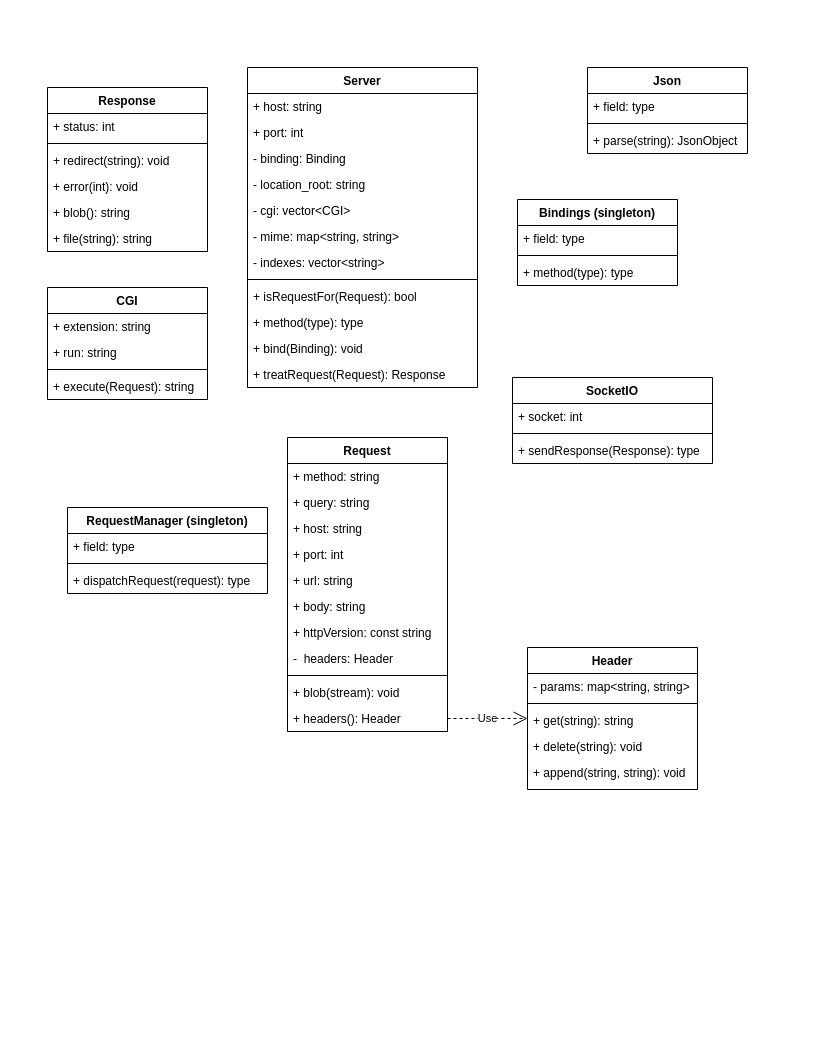
Above: doc/architecture.drawio in danielthalmann/42hhpp (draw.io), before the change. Source tidied: cells renumbered, new cells numbered last; positions are measured from the earlier drawing's top-left corner, leaving out a move shared by most shapes. Both pictures are drawn from the tidied source at 100%, with x=0, y=0 at pixel (47, 67).
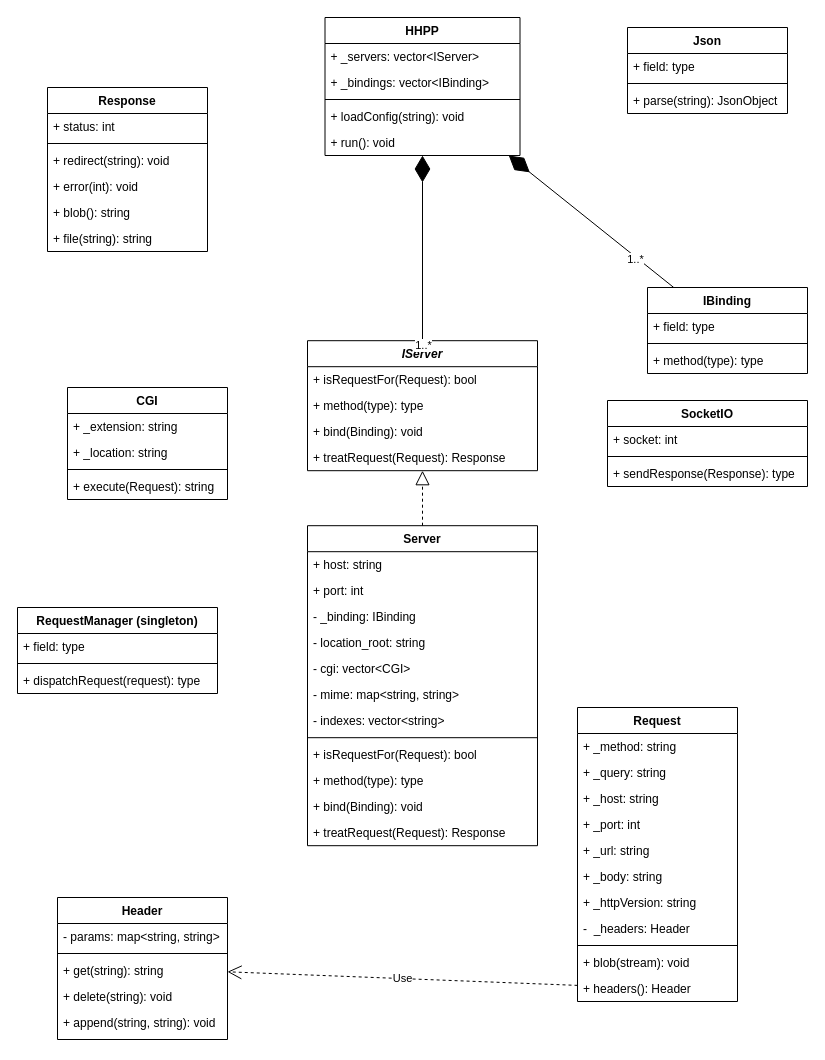
The same diagram, later.

The edit, as a diff of the source:
```diff
@@
     <mxCell id="2" value="Json" style="swimlane;fontStyle=1;align=center;verticalAlign=top;horizontal=1;startSize=26;" parent="1" vertex="1">
-      <mxGeometry x="540" width="160" height="86" as="geometry" />
+      <mxGeometry x="580" y="-40" width="160" height="86" as="geometry" />
     </mxCell>
@@
     <mxCell id="6" value="Request" style="swimlane;fontStyle=1;align=center;verticalAlign=top;horizontal=1;startSize=26;" parent="1" vertex="1">
-      <mxGeometry x="240" y="370" width="160" height="294" as="geometry" />
+      <mxGeometry x="530" y="640" width="160" height="294" as="geometry" />
     </mxCell>
-    <mxCell id="7" value="+ method: string&#10;" style="text;strokeColor=none;fillColor=none;align=left;verticalAlign=top;spacingLeft=4;spacingRight=4;overflow=hidden;" parent="6" vertex="1">
+    <mxCell id="7" value="+ _method: string&#10;" style="text;strokeColor=none;fillColor=none;align=left;verticalAlign=top;spacingLeft=4;spacingRight=4;overflow=hidden;" parent="6" vertex="1">
       <mxGeometry y="26" width="160" height="26" as="geometry" />
     </mxCell>
-    <mxCell id="8" value="+ query: string&#10;" style="text;strokeColor=none;fillColor=none;align=left;verticalAlign=top;spacingLeft=4;spacingRight=4;overflow=hidden;" parent="6" vertex="1">
+    <mxCell id="8" value="+ _query: string&#10;" style="text;strokeColor=none;fillColor=none;align=left;verticalAlign=top;spacingLeft=4;spacingRight=4;overflow=hidden;" parent="6" vertex="1">
       <mxGeometry y="52" width="160" height="26" as="geometry" />
     </mxCell>
-    <mxCell id="9" value="+ host: string&#10;" style="text;strokeColor=none;fillColor=none;align=left;verticalAlign=top;spacingLeft=4;spacingRight=4;overflow=hidden;" parent="6" vertex="1">
+    <mxCell id="9" value="+ _host: string&#10;" style="text;strokeColor=none;fillColor=none;align=left;verticalAlign=top;spacingLeft=4;spacingRight=4;overflow=hidden;" parent="6" vertex="1">
       <mxGeometry y="78" width="160" height="26" as="geometry" />
     </mxCell>
-    <mxCell id="10" value="+ port: int&#10;" style="text;strokeColor=none;fillColor=none;align=left;verticalAlign=top;spacingLeft=4;spacingRight=4;overflow=hidden;" parent="6" vertex="1">
+    <mxCell id="10" value="+ _port: int&#10;" style="text;strokeColor=none;fillColor=none;align=left;verticalAlign=top;spacingLeft=4;spacingRight=4;overflow=hidden;" parent="6" vertex="1">
       <mxGeometry y="104" width="160" height="26" as="geometry" />
     </mxCell>
-    <mxCell id="11" value="+ url: string&#10;" style="text;strokeColor=none;fillColor=none;align=left;verticalAlign=top;spacingLeft=4;spacingRight=4;overflow=hidden;" parent="6" vertex="1">
+    <mxCell id="11" value="+ _url: string&#10;" style="text;strokeColor=none;fillColor=none;align=left;verticalAlign=top;spacingLeft=4;spacingRight=4;overflow=hidden;" parent="6" vertex="1">
       <mxGeometry y="130" width="160" height="26" as="geometry" />
     </mxCell>
-    <mxCell id="12" value="+ body: string&#10;" style="text;strokeColor=none;fillColor=none;align=left;verticalAlign=top;spacingLeft=4;spacingRight=4;overflow=hidden;" parent="6" vertex="1">
+    <mxCell id="12" value="+ _body: string&#10;" style="text;strokeColor=none;fillColor=none;align=left;verticalAlign=top;spacingLeft=4;spacingRight=4;overflow=hidden;" parent="6" vertex="1">
       <mxGeometry y="156" width="160" height="26" as="geometry" />
     </mxCell>
-    <mxCell id="13" value="+ httpVersion: const string&#10;" style="text;strokeColor=none;fillColor=none;align=left;verticalAlign=top;spacingLeft=4;spacingRight=4;overflow=hidden;" parent="6" vertex="1">
+    <mxCell id="13" value="+ _httpVersion: string&#10;" style="text;strokeColor=none;fillColor=none;align=left;verticalAlign=top;spacingLeft=4;spacingRight=4;overflow=hidden;" parent="6" vertex="1">
       <mxGeometry y="182" width="160" height="26" as="geometry" />
     </mxCell>
-    <mxCell id="14" value="-  headers: Header" style="text;strokeColor=none;fillColor=none;align=left;verticalAlign=top;spacingLeft=4;spacingRight=4;overflow=hidden;" parent="6" vertex="1">
+    <mxCell id="14" value="-  _headers: Header" style="text;strokeColor=none;fillColor=none;align=left;verticalAlign=top;spacingLeft=4;spacingRight=4;overflow=hidden;" parent="6" vertex="1">
       <mxGeometry y="208" width="160" height="26" as="geometry" />
     </mxCell>
@@
     <mxCell id="18" value="Header" style="swimlane;fontStyle=1;align=center;verticalAlign=top;horizontal=1;startSize=26;" parent="1" vertex="1">
-      <mxGeometry x="480" y="580" width="170" height="142" as="geometry" />
+      <mxGeometry x="10" y="830" width="170" height="142" as="geometry" />
     </mxCell>
@@
     <mxCell id="32" value="Server" style="swimlane;fontStyle=1;align=center;verticalAlign=top;horizontal=1;startSize=26;" parent="1" vertex="1">
-      <mxGeometry x="200" width="230" height="320" as="geometry" />
+      <mxGeometry x="260" y="458.2" width="230" height="320" as="geometry" />
     </mxCell>
@@
-    <mxCell id="35" value="- binding: Binding" style="text;strokeColor=none;fillColor=none;align=left;verticalAlign=top;spacingLeft=4;spacingRight=4;overflow=hidden;" parent="32" vertex="1">
+    <mxCell id="35" value="- _binding: IBinding" style="text;strokeColor=none;fillColor=none;align=left;verticalAlign=top;spacingLeft=4;spacingRight=4;overflow=hidden;" parent="32" vertex="1">
       <mxGeometry y="78" width="230" height="26" as="geometry" />
     </mxCell>
@@
     <mxCell id="45" value="SocketIO" style="swimlane;fontStyle=1;align=center;verticalAlign=top;horizontal=1;startSize=26;" parent="1" vertex="1">
-      <mxGeometry x="465" y="310" width="200" height="86" as="geometry" />
+      <mxGeometry x="560" y="333" width="200" height="86" as="geometry" />
     </mxCell>
@@
     <mxCell id="49" value="CGI&#10;" style="swimlane;fontStyle=1;align=center;verticalAlign=top;horizontal=1;startSize=26;" parent="1" vertex="1">
-      <mxGeometry y="220" width="160" height="112" as="geometry" />
+      <mxGeometry x="20" y="320" width="160" height="112" as="geometry" />
     </mxCell>
-    <mxCell id="50" value="+ extension: string&#10;" style="text;strokeColor=none;fillColor=none;align=left;verticalAlign=top;spacingLeft=4;spacingRight=4;overflow=hidden;" parent="49" vertex="1">
+    <mxCell id="50" value="+ _extension: string&#10;" style="text;strokeColor=none;fillColor=none;align=left;verticalAlign=top;spacingLeft=4;spacingRight=4;overflow=hidden;" parent="49" vertex="1">
       <mxGeometry y="26" width="160" height="26" as="geometry" />
     </mxCell>
-    <mxCell id="51" value="+ run: string&#10;" style="text;strokeColor=none;fillColor=none;align=left;verticalAlign=top;spacingLeft=4;spacingRight=4;overflow=hidden;" parent="49" vertex="1">
+    <mxCell id="51" value="+ _location: string&#10;" style="text;strokeColor=none;fillColor=none;align=left;verticalAlign=top;spacingLeft=4;spacingRight=4;overflow=hidden;" parent="49" vertex="1">
       <mxGeometry y="52" width="160" height="26" as="geometry" />
     </mxCell>
@@
     <mxCell id="54" value="RequestManager (singleton)" style="swimlane;fontStyle=1;align=center;verticalAlign=top;horizontal=1;startSize=26;" parent="1" vertex="1">
-      <mxGeometry x="20" y="440" width="200" height="86" as="geometry" />
+      <mxGeometry x="-30" y="540" width="200" height="86" as="geometry" />
     </mxCell>
@@
-    <mxCell id="58" value="Bindings (singleton)" style="swimlane;fontStyle=1;align=center;verticalAlign=top;horizontal=1;startSize=26;" parent="1" vertex="1">
-      <mxGeometry x="470" y="132" width="160" height="86" as="geometry" />
+    <mxCell id="58" value="IBinding" style="swimlane;fontStyle=1;align=center;verticalAlign=top;horizontal=1;startSize=26;" parent="1" vertex="1">
+      <mxGeometry x="600" y="220" width="160" height="86" as="geometry" />
     </mxCell>
@@
+    <mxCell id="62" value="HHPP" style="swimlane;fontStyle=1;align=center;verticalAlign=top;horizontal=1;startSize=26;" parent="1" vertex="1">
+      <mxGeometry x="277.5" y="-50" width="195" height="138" as="geometry" />
+    </mxCell>
+    <mxCell id="63" value="+ _servers: vector&lt;IServer&gt;" style="text;strokeColor=none;fillColor=none;align=left;verticalAlign=top;spacingLeft=4;spacingRight=4;overflow=hidden;" parent="62" vertex="1">
+      <mxGeometry y="26" width="195" height="26" as="geometry" />
+    </mxCell>
+    <mxCell id="64" value="+ _bindings: vector&lt;IBinding&gt;" style="text;strokeColor=none;fillColor=none;align=left;verticalAlign=top;spacingLeft=4;spacingRight=4;overflow=hidden;" parent="62" vertex="1">
+      <mxGeometry y="52" width="195" height="26" as="geometry" />
+    </mxCell>
+    <mxCell id="65" style="line;strokeWidth=1;fillColor=none;align=left;verticalAlign=middle;spacingTop=-1;spacingLeft=3;spacingRight=3;labelPosition=right;" parent="62" vertex="1">
+      <mxGeometry y="78" width="195" height="8" as="geometry" />
+    </mxCell>
+    <mxCell id="66" value="+ loadConfig(string): void" style="text;strokeColor=none;fillColor=none;align=left;verticalAlign=top;spacingLeft=4;spacingRight=4;overflow=hidden;" parent="62" vertex="1">
+      <mxGeometry y="86" width="195" height="26" as="geometry" />
+    </mxCell>
+    <mxCell id="67" value="+ run(): void" style="text;strokeColor=none;fillColor=none;align=left;verticalAlign=top;spacingLeft=4;spacingRight=4;overflow=hidden;" parent="62" vertex="1">
+      <mxGeometry y="112" width="195" height="26" as="geometry" />
+    </mxCell>
+    <mxCell id="68" value="IServer" style="swimlane;fontStyle=3;align=center;verticalAlign=top;horizontal=1;startSize=26;" parent="1" vertex="1">
+      <mxGeometry x="260" y="273.2" width="230" height="130" as="geometry" />
+    </mxCell>
+    <mxCell id="69" value="+ isRequestFor(Request): bool" style="text;strokeColor=none;fillColor=none;align=left;verticalAlign=top;spacingLeft=4;spacingRight=4;overflow=hidden;" parent="68" vertex="1">
+      <mxGeometry y="26" width="230" height="26" as="geometry" />
+    </mxCell>
+    <mxCell id="70" value="+ method(type): type" style="text;strokeColor=none;fillColor=none;align=left;verticalAlign=top;spacingLeft=4;spacingRight=4;overflow=hidden;" parent="68" vertex="1">
+      <mxGeometry y="52" width="230" height="26" as="geometry" />
+    </mxCell>
+    <mxCell id="71" value="+ bind(Binding): void" style="text;strokeColor=none;fillColor=none;align=left;verticalAlign=top;spacingLeft=4;spacingRight=4;overflow=hidden;" parent="68" vertex="1">
+      <mxGeometry y="78" width="230" height="26" as="geometry" />
+    </mxCell>
+    <mxCell id="72" value="+ treatRequest(Request): Response" style="text;strokeColor=none;fillColor=none;align=left;verticalAlign=top;spacingLeft=4;spacingRight=4;overflow=hidden;" parent="68" vertex="1">
+      <mxGeometry y="104" width="230" height="26" as="geometry" />
+    </mxCell>
+    <mxCell id="73" style="endArrow=diamondThin;endFill=1;endSize=24;html=1;" parent="1" edge="1" source="68" target="62">
+      <mxGeometry relative="1" as="geometry" />
+    </mxCell>
+    <mxCell id="74" value="1..*" style="edgeLabel;html=1;align=center;verticalAlign=middle;" parent="73" vertex="1">
+      <mxGeometry x="-0.44" relative="1" as="geometry">
+        <mxPoint y="56" as="offset" />
+      </mxGeometry>
+    </mxCell>
+    <mxCell id="75" style="endArrow=block;dashed=1;endFill=0;endSize=12;html=1;" parent="1" edge="1" source="32" target="68">
+      <mxGeometry relative="1" as="geometry" />
+    </mxCell>
+    <mxCell id="76" style="endArrow=diamondThin;endFill=1;endSize=24;html=1;" parent="1" edge="1" source="58" target="62">
+      <mxGeometry relative="1" as="geometry" />
+    </mxCell>
+    <mxCell id="77" value="1..*" style="edgeLabel;html=1;align=center;verticalAlign=middle;" parent="76" vertex="1">
+      <mxGeometry x="-0.44" relative="1" as="geometry">
+        <mxPoint x="7" y="8" as="offset" />
+      </mxGeometry>
+    </mxCell>
```
